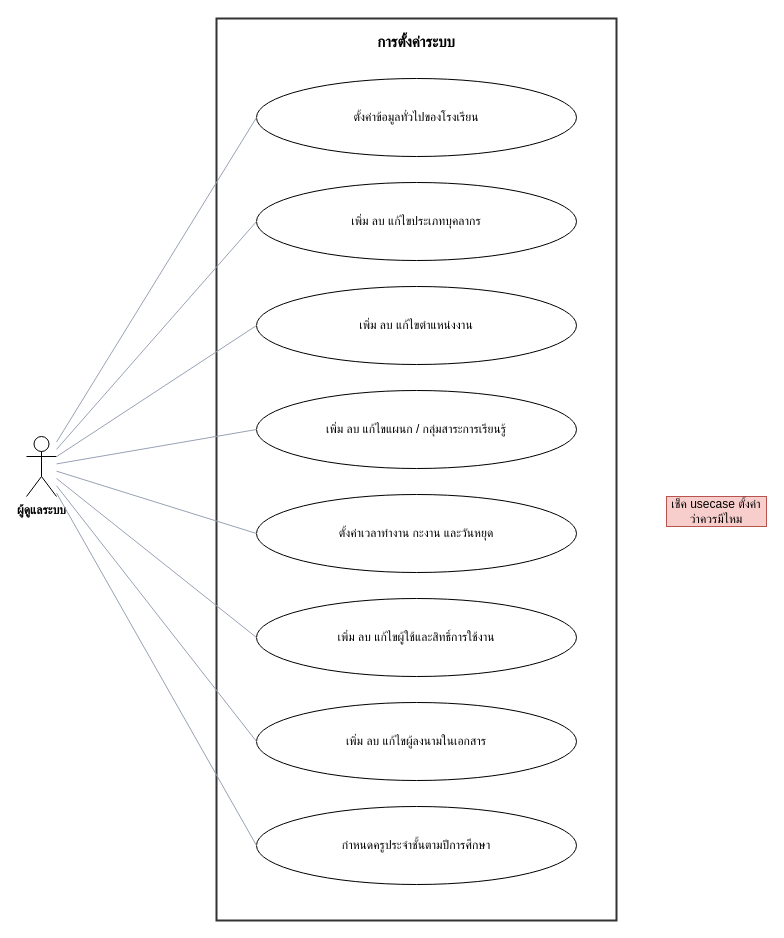
This is page "การตั้งค่าระบบ" (3 of 6) of materials/doc/usecase-care.drawio from RealTiraqmisu/SchoolDark, a draw.io file, before an edit. Source tidied: cells renumbered, new cells numbered last; positions are measured from the earlier drawing's top-left corner, leaving out a move shared by most shapes. Both pictures are drawn from the tidied source at 100%, with x=0, y=0 at pixel (26, 18).
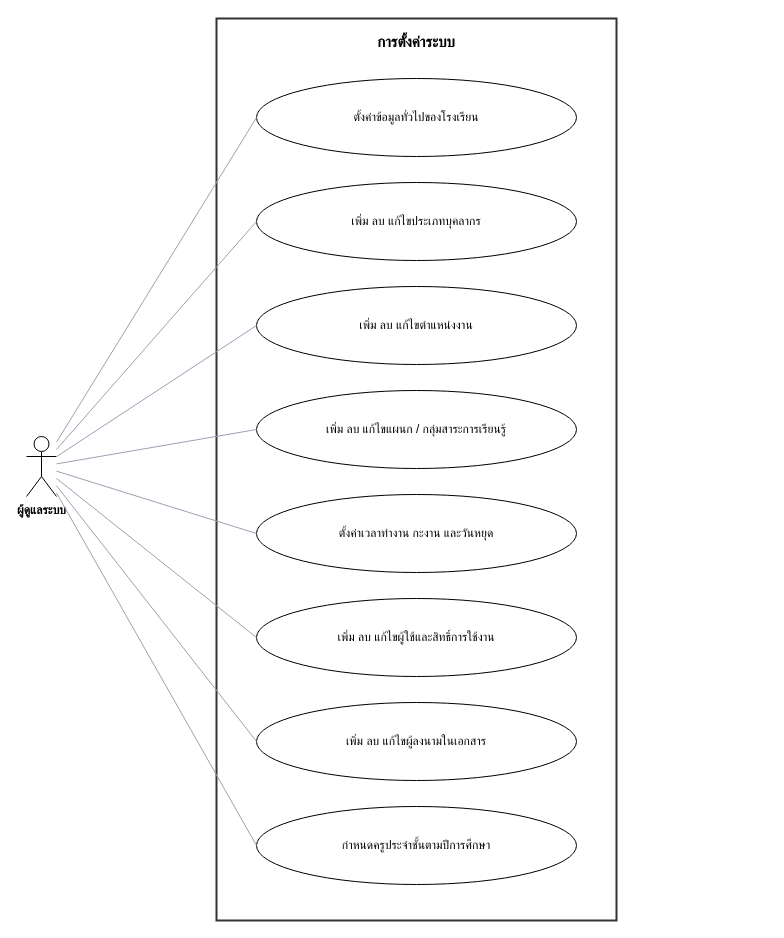
Above is the later version.

What changed in the source:
```diff
@@
-    <mxCell id="20" value="เช็ค usecase ตั้งค่า ว่าควรมีไหม" style="text;html=1;whiteSpace=wrap;strokeColor=#b85450;fillColor=#f8cecc;align=center;verticalAlign=middle;rounded=0;" parent="1" vertex="1">
-      <mxGeometry x="640" y="478" width="100" height="30" as="geometry" />
-    </mxCell>
```
